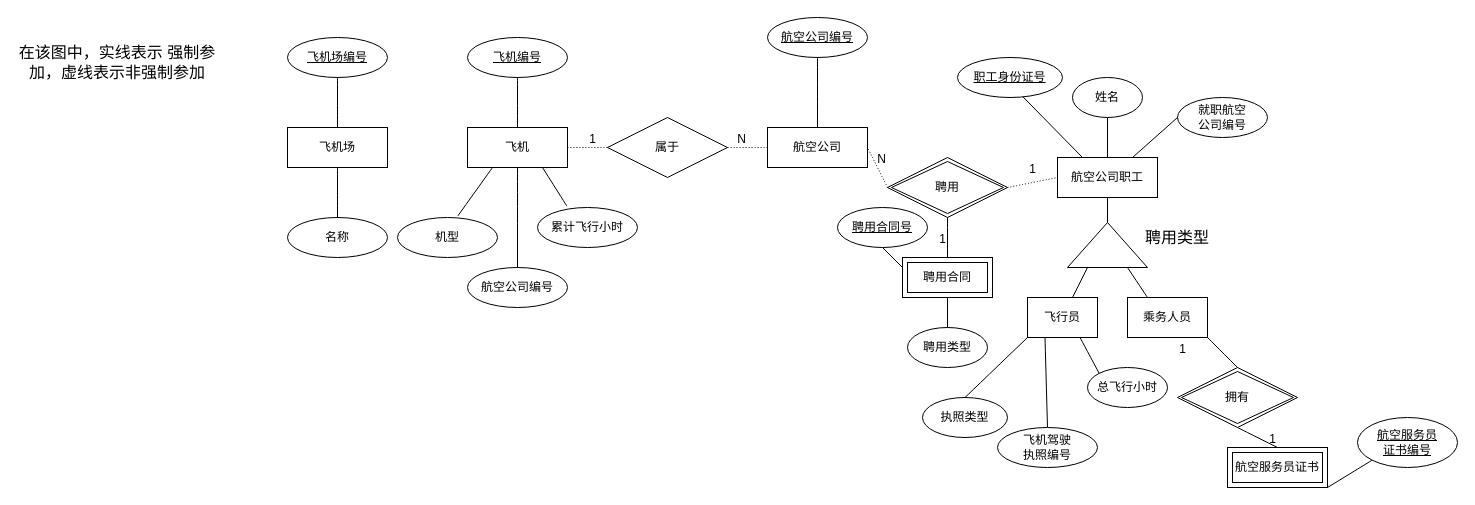
Above: dbhw04-map.drawio in MojoisMojo/Written-casually (draw.io), before the change. Source tidied: cells renumbered, new cells numbered last; positions are measured from the earlier drawing's top-left corner, leaving out a move shared by most shapes. Both pictures are drawn from the tidied source at 100%, with x=0, y=0 at pixel (17, 17).
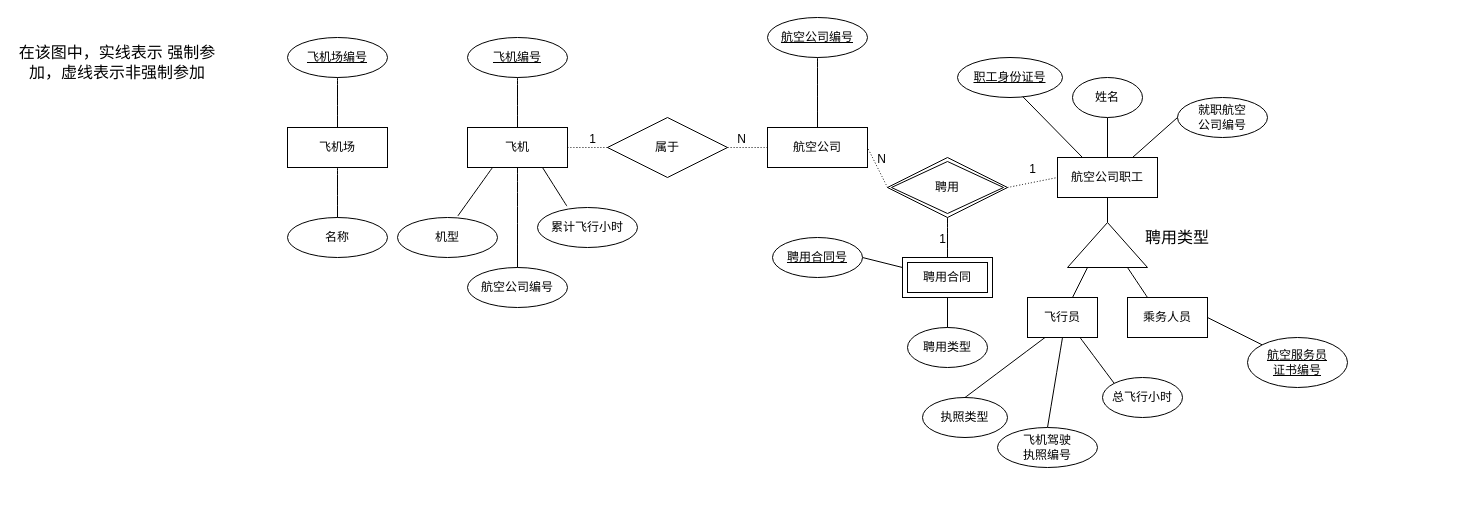
Above is the later version.

Unchanged cells that the change refers to:
```xml
<mxCell id="27" value="聘用合同" style="shape=ext;margin=3;double=1;whiteSpace=wrap;html=1;align=center;" parent="1" vertex="1">
  <mxGeometry x="885" y="240" width="90" height="40" as="geometry" />
</mxCell>
<mxCell id="43" value="飞行员" style="whiteSpace=wrap;html=1;align=center;" parent="1" vertex="1">
  <mxGeometry x="1010" y="280" width="70" height="40" as="geometry" />
</mxCell>
<mxCell id="51" value="乘务人员" style="whiteSpace=wrap;html=1;align=center;" parent="1" vertex="1">
  <mxGeometry x="1110" y="280" width="80" height="40" as="geometry" />
</mxCell>
<mxCell id="53" value="执照类型" style="ellipse;whiteSpace=wrap;html=1;align=center;" parent="1" vertex="1">
  <mxGeometry x="905" y="380" width="85" height="40" as="geometry" />
</mxCell>
<mxCell id="68" value="飞机驾驶&lt;div&gt;执照编号&lt;/div&gt;" style="ellipse;whiteSpace=wrap;html=1;align=center;" parent="1" vertex="1">
  <mxGeometry x="980" y="410" width="100" height="40" as="geometry" />
</mxCell>
```

The edit, as a diff of the source:
```diff
@@
-    <mxCell id="25" style="endArrow=none;html=1;rounded=0;exitX=0;exitY=0.25;exitDx=0;exitDy=0;entryX=0.5;entryY=1;entryDx=0;entryDy=0;fontSize=12;startSize=8;endSize=8;" parent="1" edge="1" source="27" target="36">
+    <mxCell id="25" style="endArrow=none;html=1;rounded=0;exitX=0;exitY=0.25;exitDx=0;exitDy=0;entryX=1;entryY=0.5;entryDx=0;entryDy=0;fontSize=12;startSize=8;endSize=8;" parent="1" edge="1" source="27" target="36">
       <mxGeometry relative="1" as="geometry" />
     </mxCell>
@@
     <mxCell id="36" value="聘用合同号" style="ellipse;whiteSpace=wrap;html=1;align=center;fontStyle=4;" parent="1" vertex="1">
-      <mxGeometry x="820" y="190" width="90" height="40" as="geometry" />
+      <mxGeometry x="755" y="220" width="90" height="40" as="geometry" />
     </mxCell>
@@
     <mxCell id="54" value="总飞行小时" style="ellipse;whiteSpace=wrap;html=1;align=center;" parent="1" vertex="1">
-      <mxGeometry x="1070" y="350" width="80" height="40" as="geometry" />
+      <mxGeometry x="1085" y="360" width="80" height="40" as="geometry" />
     </mxCell>
-    <mxCell id="55" style="endArrow=none;html=1;rounded=0;fontSize=12;startSize=8;endSize=8;curved=1;exitX=0.25;exitY=1;exitDx=0;exitDy=0;entryX=0.5;entryY=0;entryDx=0;entryDy=0;" parent="1" edge="1" source="43" target="68">
+    <mxCell id="55" style="endArrow=none;html=1;rounded=0;fontSize=12;startSize=8;endSize=8;curved=1;exitX=0.5;exitY=1;exitDx=0;exitDy=0;entryX=0.5;entryY=0;entryDx=0;entryDy=0;" parent="1" edge="1" source="43" target="68">
       <mxGeometry relative="1" as="geometry" />
     </mxCell>
-    <mxCell id="56" style="endArrow=none;html=1;rounded=0;fontSize=12;startSize=8;endSize=8;curved=1;exitX=0.5;exitY=0;exitDx=0;exitDy=0;entryX=0;entryY=1;entryDx=0;entryDy=0;" parent="1" edge="1" source="53" target="43">
+    <mxCell id="56" style="endArrow=none;html=1;rounded=0;fontSize=12;startSize=8;endSize=8;curved=1;exitX=0.5;exitY=0;exitDx=0;exitDy=0;entryX=0.25;entryY=1;entryDx=0;entryDy=0;" parent="1" edge="1" source="53" target="43">
       <mxGeometry relative="1" as="geometry" />
     </mxCell>
@@
-    <mxCell id="58" style="endArrow=none;html=1;rounded=0;fontSize=12;startSize=8;endSize=8;curved=1;exitX=0.75;exitY=1;exitDx=0;exitDy=0;entryX=0;entryY=0;entryDx=0;entryDy=0;" parent="1" edge="1" source="43" target="54">
+    <mxCell id="58" style="endArrow=none;html=1;rounded=0;fontSize=12;startSize=8;endSize=8;curved=1;entryX=0;entryY=0;entryDx=0;entryDy=0;exitX=0.75;exitY=1;exitDx=0;exitDy=0;" parent="1" edge="1" source="43" target="54">
       <mxGeometry relative="1" as="geometry" />
     </mxCell>
-    <mxCell id="59" value="航空服务员证书" style="shape=ext;margin=3;double=1;whiteSpace=wrap;html=1;align=center;" parent="1" vertex="1">
-      <mxGeometry x="1210" y="430" width="100" height="40" as="geometry" />
-    </mxCell>
-    <mxCell id="60" value="拥有" style="shape=rhombus;double=1;perimeter=rhombusPerimeter;whiteSpace=wrap;html=1;align=center;" parent="1" vertex="1">
-      <mxGeometry x="1160" y="350" width="120" height="60" as="geometry" />
-    </mxCell>
-    <mxCell id="61" style="endArrow=none;html=1;rounded=0;fontSize=12;startSize=8;endSize=8;curved=1;exitX=0.5;exitY=1;exitDx=0;exitDy=0;entryX=0.5;entryY=0;entryDx=0;entryDy=0;" parent="1" edge="1" source="60" target="59">
-      <mxGeometry relative="1" as="geometry" />
-    </mxCell>
-    <mxCell id="62" value="1" style="html=1;whiteSpace=wrap;align=right;verticalAlign=bottom;direction=south;" parent="61" vertex="1">
-      <mxGeometry x="1" relative="1" as="geometry" />
-    </mxCell>
-    <mxCell id="63" style="endArrow=none;html=1;rounded=0;fontSize=12;startSize=8;endSize=8;curved=1;entryX=0.5;entryY=0;entryDx=0;entryDy=0;" parent="1" edge="1" target="60">
-      <mxGeometry relative="1" as="geometry">
-        <mxPoint x="1190" y="320" as="sourcePoint" />
-      </mxGeometry>
-    </mxCell>
-    <mxCell id="64" value="1" style="html=1;whiteSpace=wrap;align=right;verticalAlign=bottom;" parent="63" vertex="1">
-      <mxGeometry x="1" relative="1" as="geometry">
-        <mxPoint x="-50" y="-10" as="offset" />
-      </mxGeometry>
-    </mxCell>
     <mxCell id="65" value="航空服务员&lt;div&gt;证书编号&lt;br&gt;&lt;/div&gt;" style="ellipse;whiteSpace=wrap;html=1;align=center;fontStyle=4;" parent="1" vertex="1">
-      <mxGeometry x="1340" y="400" width="100" height="50" as="geometry" />
+      <mxGeometry x="1230" y="320" width="100" height="50" as="geometry" />
     </mxCell>
-    <mxCell id="66" style="endArrow=none;html=1;rounded=0;fontSize=12;startSize=8;endSize=8;curved=1;exitX=0;exitY=1;exitDx=0;exitDy=0;entryX=1;entryY=1;entryDx=0;entryDy=0;" parent="1" edge="1" source="65" target="59">
+    <mxCell id="66" style="endArrow=none;html=1;rounded=0;fontSize=12;startSize=8;endSize=8;exitX=0;exitY=0;exitDx=0;exitDy=0;entryX=1;entryY=0.5;entryDx=0;entryDy=0;startArrow=none;startFill=0;" parent="1" edge="1" source="65" target="51">
       <mxGeometry relative="1" as="geometry" />
     </mxCell>
-    <mxCell id="67" style="edgeStyle=none;curved=1;rounded=0;orthogonalLoop=1;jettySize=auto;html=1;exitX=1;exitY=1;exitDx=0;exitDy=0;fontSize=12;startSize=8;endSize=8;" parent="1" edge="1" source="60" target="60">
-      <mxGeometry relative="1" as="geometry" />
+    <mxCell id="67" style="edgeStyle=none;curved=1;rounded=0;orthogonalLoop=1;jettySize=auto;html=1;exitX=1;exitY=1;exitDx=0;exitDy=0;fontSize=12;startSize=8;endSize=8;" parent="1" edge="1">
+      <mxGeometry relative="1" as="geometry">
+        <mxPoint x="1250" y="395" as="sourcePoint" />
+        <mxPoint x="1250" y="395" as="targetPoint" />
+      </mxGeometry>
     </mxCell>
```
